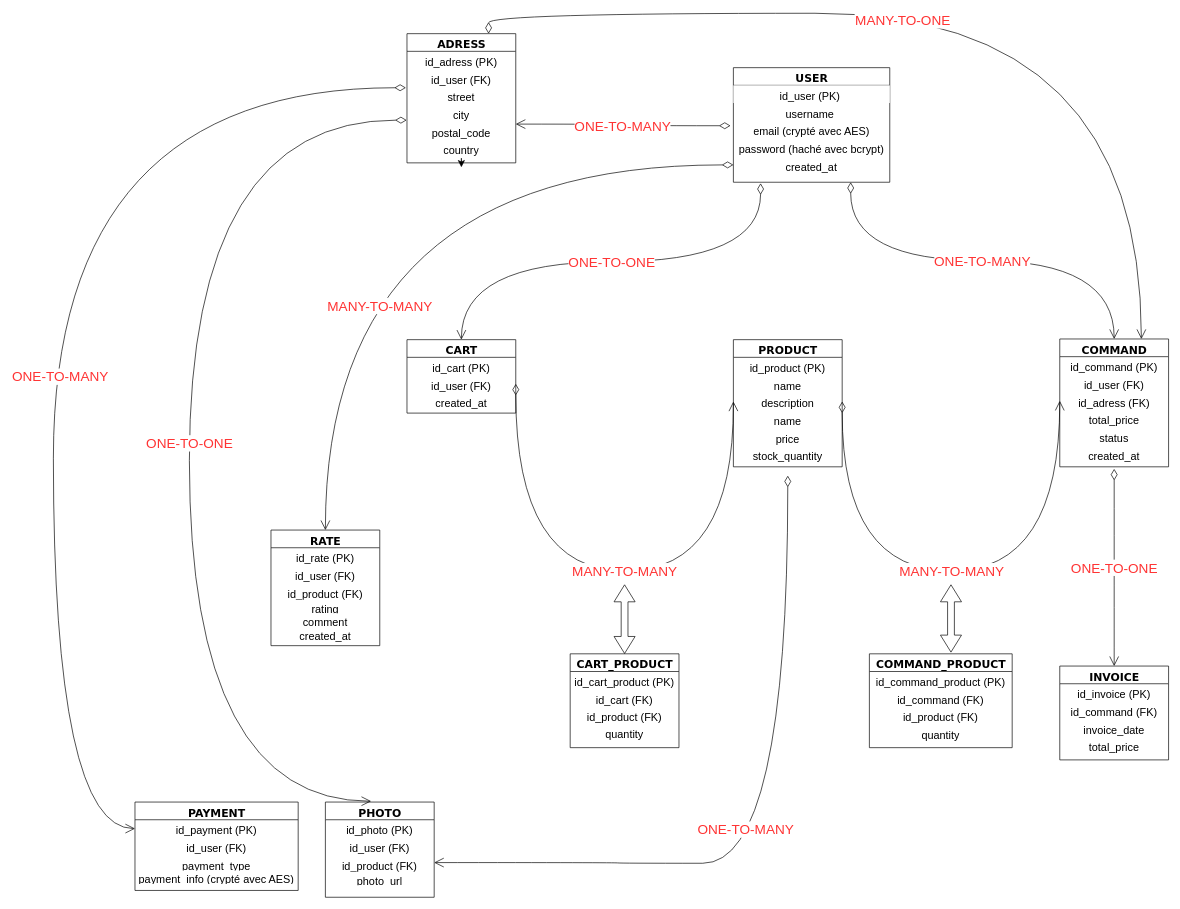
Above: Conceptual Data model.drawio in dolobe/e-commerce-SQL (draw.io), before the change. Source tidied: cells renumbered, new cells numbered last; positions are measured from the earlier drawing's top-left corner, leaving out a move shared by most shapes. Both pictures are drawn from the tidied source at 68%, with x=0, y=0 at pixel (53, 13).
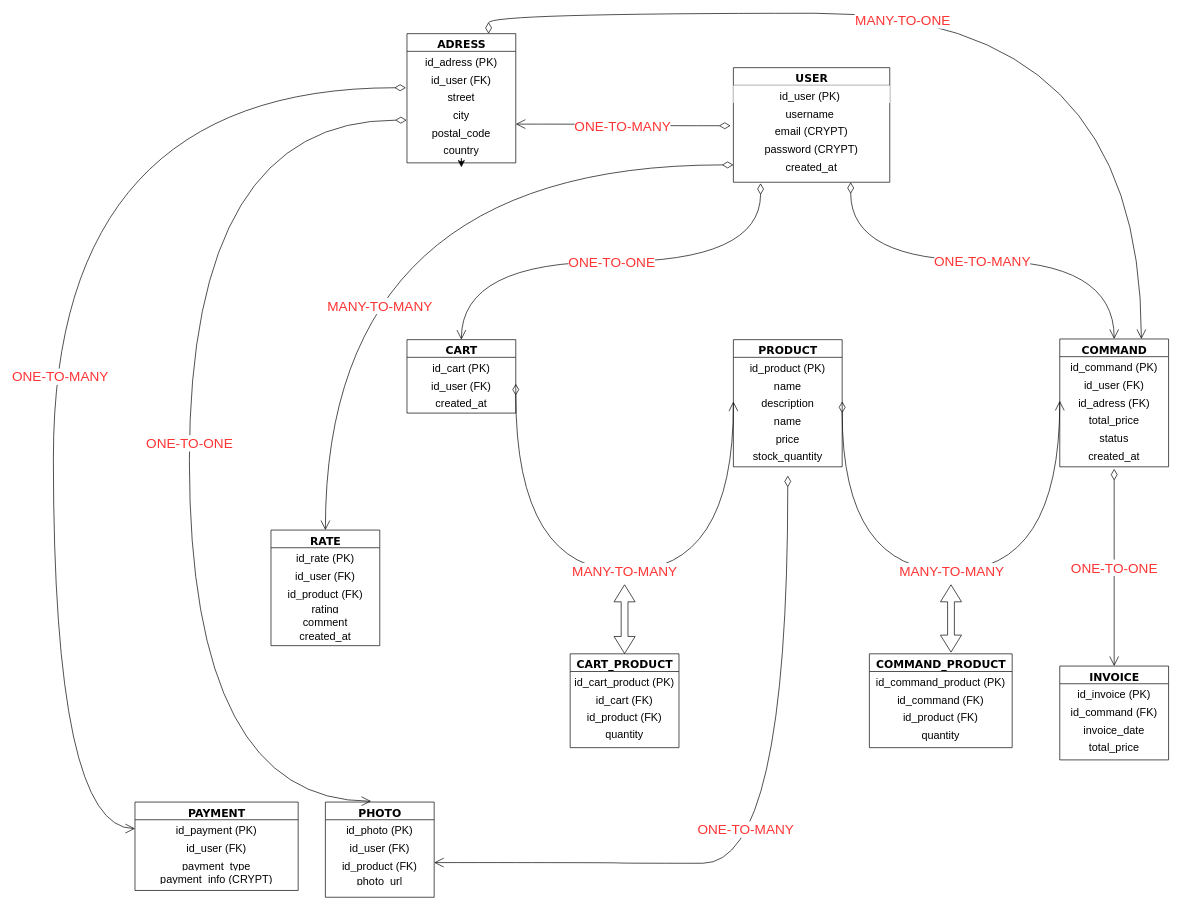
The same page after the edit.

Commit message (it also covers changes not shown here):
Mettre à jour Conceptual Data model.drawio

Unchanged cells that the change refers to:
```xml
<mxCell id="2" value="USER" style="swimlane;html=1;fontStyle=1;align=center;verticalAlign=top;horizontal=1;startSize=26;swimlaneFillColor=#ffffff;rounded=0;shadow=0;comic=0;labelBackgroundColor=none;strokeWidth=1;fillColor=none;fontFamily=Verdana;fontSize=16;" parent="1" vertex="1">
  <mxGeometry x="1000" y="80" width="230" height="168.5" as="geometry" />
</mxCell>
<mxCell id="61" value="PAYMENT" style="swimlane;html=1;fontStyle=1;align=center;verticalAlign=top;horizontal=1;startSize=26;swimlaneFillColor=#ffffff;rounded=0;shadow=0;comic=0;labelBackgroundColor=none;strokeWidth=1;fillColor=none;fontFamily=Verdana;fontSize=16;" parent="1" vertex="1">
  <mxGeometry x="120" y="1160" width="240" height="130" as="geometry" />
</mxCell>
```

What changed in the source:
```diff
@@
-    <mxCell id="5" value="email&amp;nbsp;(crypté avec AES)" style="text;html=1;strokeColor=none;fillColor=none;align=center;verticalAlign=top;spacingLeft=4;spacingRight=4;whiteSpace=wrap;overflow=hidden;fontSize=16;" parent="2" vertex="1">
+    <mxCell id="5" value="email&amp;nbsp;(CRYPT)" style="text;html=1;strokeColor=none;fillColor=none;align=center;verticalAlign=top;spacingLeft=4;spacingRight=4;whiteSpace=wrap;overflow=hidden;fontSize=16;" parent="2" vertex="1">
       <mxGeometry y="78" width="230" height="26" as="geometry" />
     </mxCell>
-    <mxCell id="6" value="password (haché avec bcrypt)" style="text;html=1;strokeColor=none;fillColor=none;align=center;verticalAlign=top;spacingLeft=4;spacingRight=4;whiteSpace=wrap;overflow=hidden;fontSize=16;" parent="2" vertex="1">
+    <mxCell id="6" value="password (CRYPT)" style="text;html=1;strokeColor=none;fillColor=none;align=center;verticalAlign=top;spacingLeft=4;spacingRight=4;whiteSpace=wrap;overflow=hidden;fontSize=16;" parent="2" vertex="1">
       <mxGeometry y="104" width="230" height="26" as="geometry" />
     </mxCell>
@@
-    <mxCell id="65" value="payment_info&amp;nbsp;(crypté avec AES)" style="text;html=1;strokeColor=none;fillColor=none;align=center;verticalAlign=top;spacingLeft=4;spacingRight=4;whiteSpace=wrap;overflow=hidden;fontSize=16;" parent="61" vertex="1">
+    <mxCell id="65" value="payment_info&amp;nbsp;(CRYPT)" style="text;html=1;strokeColor=none;fillColor=none;align=center;verticalAlign=top;spacingLeft=4;spacingRight=4;whiteSpace=wrap;overflow=hidden;fontSize=16;" parent="61" vertex="1">
       <mxGeometry y="98" width="240" height="20" as="geometry" />
     </mxCell>
```
